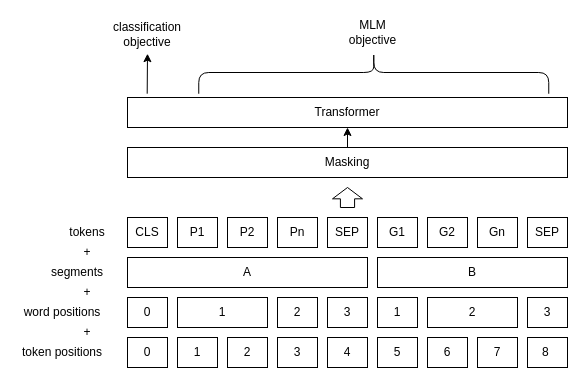
The draw.io diagram Untitled Diagram.drawio in Crabbit-F/FastSpeech2, before the edit. Source tidied: cells renumbered, new cells numbered last; positions are measured from the earlier drawing's top-left corner, leaving out a move shared by most shapes. Both pictures are drawn from the tidied source at 100%, with x=0, y=0 at pixel (17, -103).
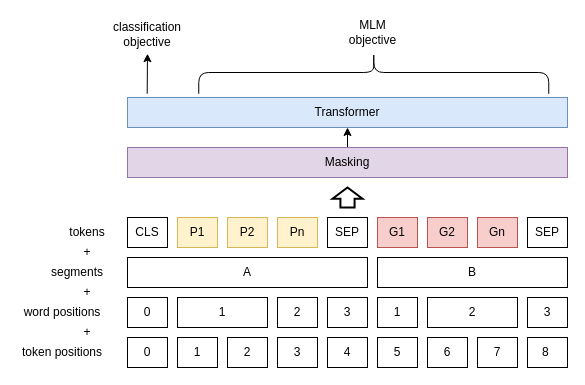
After the change.

The edit, as a diff of the source:
```diff
@@
-    <mxCell id="21" value="Gn" style="rounded=0;whiteSpace=wrap;html=1;" parent="1" vertex="1">
+    <mxCell id="21" value="Gn" style="rounded=0;whiteSpace=wrap;html=1;fillColor=#f8cecc;strokeColor=#b85450;" parent="1" vertex="1">
       <mxGeometry x="460" y="320" width="40" height="30" as="geometry" />
     </mxCell>
-    <mxCell id="22" value="G2" style="rounded=0;whiteSpace=wrap;html=1;" parent="1" vertex="1">
+    <mxCell id="22" value="G2" style="rounded=0;whiteSpace=wrap;html=1;fillColor=#f8cecc;strokeColor=#b85450;" parent="1" vertex="1">
       <mxGeometry x="410" y="320" width="40" height="30" as="geometry" />
     </mxCell>
-    <mxCell id="23" value="G1" style="rounded=0;whiteSpace=wrap;html=1;" parent="1" vertex="1">
+    <mxCell id="23" value="G1" style="rounded=0;whiteSpace=wrap;html=1;fillColor=#f8cecc;strokeColor=#b85450;" parent="1" vertex="1">
       <mxGeometry x="360" y="320" width="40" height="30" as="geometry" />
     </mxCell>
@@
-    <mxCell id="25" value="Pn" style="rounded=0;whiteSpace=wrap;html=1;" parent="1" vertex="1">
+    <mxCell id="25" value="Pn" style="rounded=0;whiteSpace=wrap;html=1;fillColor=#fff2cc;strokeColor=#d6b656;" parent="1" vertex="1">
       <mxGeometry x="260" y="320" width="40" height="30" as="geometry" />
     </mxCell>
-    <mxCell id="26" value="P2" style="rounded=0;whiteSpace=wrap;html=1;" parent="1" vertex="1">
+    <mxCell id="26" value="P2" style="rounded=0;whiteSpace=wrap;html=1;fillColor=#fff2cc;strokeColor=#d6b656;" parent="1" vertex="1">
       <mxGeometry x="210" y="320" width="40" height="30" as="geometry" />
     </mxCell>
-    <mxCell id="27" value="P1" style="rounded=0;whiteSpace=wrap;html=1;" parent="1" vertex="1">
+    <mxCell id="27" value="P1" style="rounded=0;whiteSpace=wrap;html=1;fillColor=#fff2cc;strokeColor=#d6b656;" parent="1" vertex="1">
       <mxGeometry x="160" y="320" width="40" height="30" as="geometry" />
     </mxCell>
@@
-    <mxCell id="29" style="shape=singleArrow;direction=north;whiteSpace=wrap;html=1;arrowWidth=0.47171173095703123;arrowSize=0.5662455240885417;" parent="1" vertex="1">
+    <mxCell id="29" style="shape=singleArrow;direction=north;whiteSpace=wrap;html=1;arrowWidth=0.47171173095703123;arrowSize=0.5662455240885417;strokeWidth=2;" parent="1" vertex="1">
       <mxGeometry x="315" y="290" width="30" height="20" as="geometry" />
     </mxCell>
@@
-    <mxCell id="31" value="Masking" style="rounded=0;whiteSpace=wrap;html=1;" parent="1" vertex="1">
+    <mxCell id="31" value="Masking" style="rounded=0;whiteSpace=wrap;html=1;fillColor=#e1d5e7;strokeColor=#9673a6;" parent="1" vertex="1">
       <mxGeometry x="110" y="250" width="440" height="30" as="geometry" />
     </mxCell>
-    <mxCell id="32" value="Transformer" style="rounded=0;whiteSpace=wrap;html=1;" parent="1" vertex="1">
+    <mxCell id="32" value="Transformer" style="rounded=0;whiteSpace=wrap;html=1;fillColor=#dae8fc;strokeColor=#6c8ebf;" parent="1" vertex="1">
       <mxGeometry x="110" y="200" width="440" height="30" as="geometry" />
     </mxCell>
```
